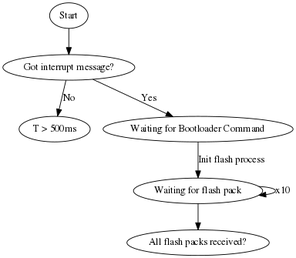
This is Protocol/flowchart_flashing.png from mxcd/CANnon, a Graphviz export, as it was before one commit. Its source is kept beside it as Protocol/flowchart_flashing.dot.
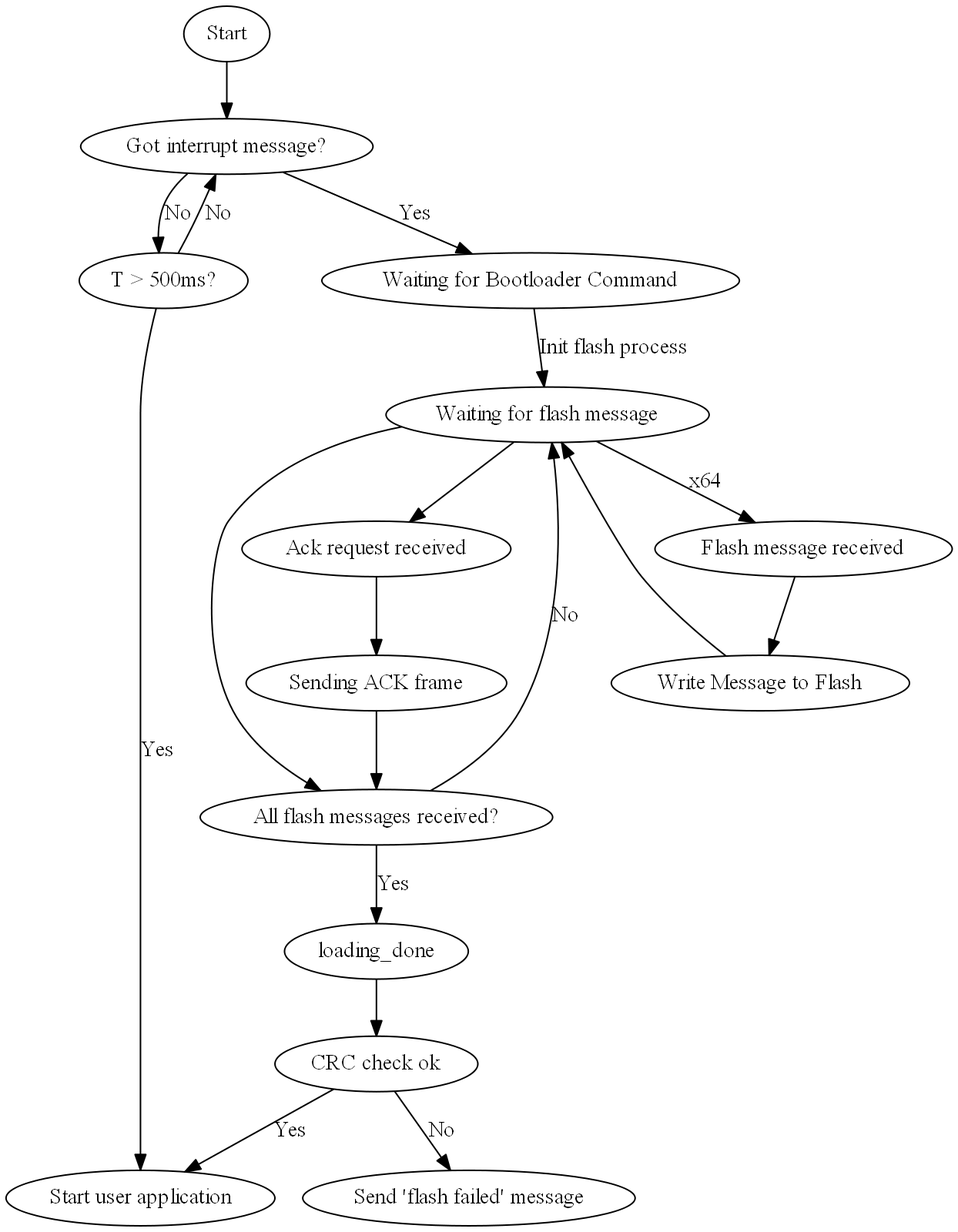
After the change.

Commit message:
worked on protocol graph

The edit, as a diff of the source:
```diff
@@ -1,19 +1,36 @@
 digraph G
 {
+  graph [ dpi = 400 ];
   size = "4, 4";
   got_interrupt [label = "Got interrupt message?"];
   start [label = "Start"];
-  time_exp [label = "T > 500ms"];
+  time_exp [label = "T > 500ms?"];
+  start_app [label = "Start user application"];
   wait_bl_cmd [label = "Waiting for Bootloader Command"];
-  wait_flash_pack [label = "Waiting for flash pack"];
-  all_received [label = "All flash packs received?"];
+  wait_flash_message [label = "Waiting for flash message"];
+  flash_message_received [label = "Flash message received"];
+  all_received [label = "All flash messages received?"];
+  ack_request_received [label = "Ack request received"];
+  sending_ack [label = "Sending ACK frame"];
+  CRC_ok [label = "CRC check ok"];
+  send_fail [label = "Send 'flash failed' message"];
+  write_to_flash [label = "Write Message to Flash"];
 
   start -> got_interrupt;
   got_interrupt -> time_exp [label = "No"];
+  time_exp -> start_app [label = "Yes"];
+  time_exp -> got_interrupt [label = "No"];
   got_interrupt -> wait_bl_cmd [label = "Yes"];
-  wait_bl_cmd -> wait_flash_pack [label = "Init flash process"];
-  wait_flash_pack -> wait_flash_pack [label = "x10"];
-  wait_flash_pack -> all_received [label = ""]
-
-
+  wait_bl_cmd -> wait_flash_message [label = "Init flash process"];
+  flash_message_received -> write_to_flash -> wait_flash_message;
+  wait_flash_message -> flash_message_received [label = "x64"];
+  wait_flash_message -> all_received [label = ""];
+  wait_flash_message -> ack_request_received;
+  ack_request_received -> sending_ack;
+  sending_ack -> all_received;
+  all_received -> loading_done [label = "Yes"];
+  all_received -> wait_flash_message [label = "No"];
+  loading_done -> CRC_ok;
+  CRC_ok -> start_app [label = "Yes"];
+  CRC_ok -> send_fail [label = "No"];
 }
```
